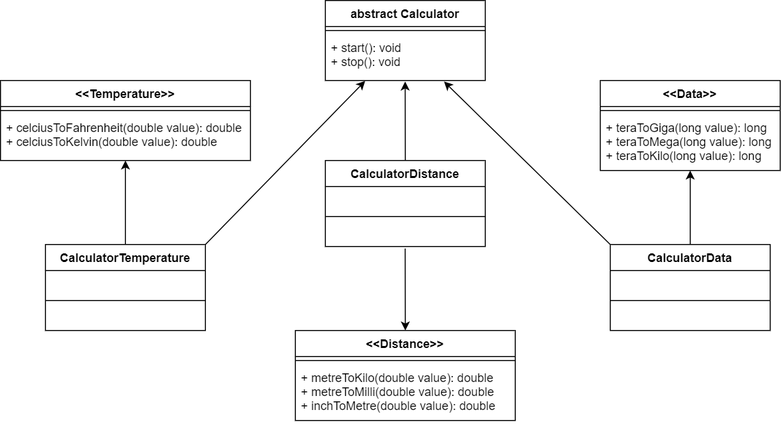
Earlier version of the draw.io export Soal/5/assets/Diagram.png (farhanr/lab-pbo). Source tidied: cells renumbered, new cells last; positions are measured from the earlier drawing's top-left corner, leaving out a move shared by most shapes.
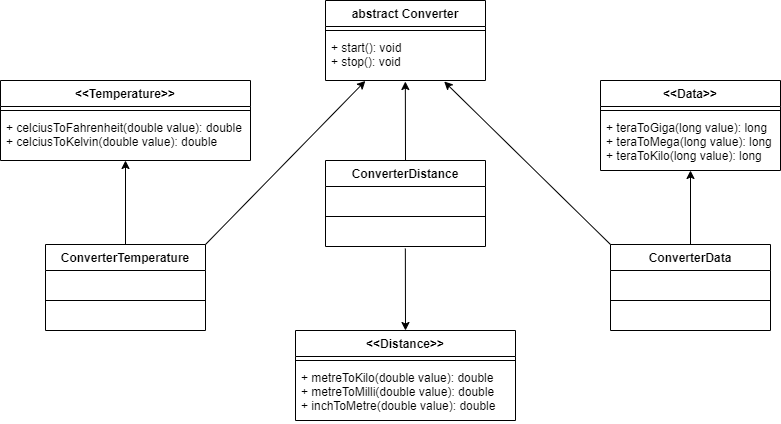
The same diagram one commit later.

The edit, as a diff of the source:
```diff
@@ -2,7 +2,7 @@
   <root>
     <mxCell id="0" />
     <mxCell id="1" parent="0" />
-    <mxCell id="2" value="abstract Calculator" style="swimlane;fontStyle=1;align=center;verticalAlign=top;horizontal=1;startSize=26;" parent="1" vertex="1">
+    <mxCell id="2" value="abstract Converter" style="swimlane;fontStyle=1;align=center;verticalAlign=top;horizontal=1;startSize=26;" parent="1" vertex="1">
       <mxGeometry x="325" width="160" height="80" as="geometry" />
     </mxCell>
     <mxCell id="3" style="line;strokeWidth=1;fillColor=none;align=left;verticalAlign=middle;spacingTop=-1;spacingLeft=3;spacingRight=3;labelPosition=right;" parent="2" vertex="1">
@@ -23,7 +23,7 @@
     <mxCell id="8" style="edgeStyle=orthogonalEdgeStyle;rounded=0;jettySize=auto;html=1;" parent="1" edge="1" source="9" target="5">
       <mxGeometry relative="1" as="geometry" />
     </mxCell>
-    <mxCell id="9" value="CalculatorTemperature" style="swimlane;fontStyle=1;align=center;verticalAlign=top;horizontal=1;startSize=26;" parent="1" vertex="1">
+    <mxCell id="9" value="ConverterTemperature" style="swimlane;fontStyle=1;align=center;verticalAlign=top;horizontal=1;startSize=26;" parent="1" vertex="1">
       <mxGeometry x="45" y="244" width="160" height="86" as="geometry" />
     </mxCell>
     <mxCell id="10" value=" " style="text;strokeColor=none;fillColor=none;align=left;verticalAlign=top;spacingLeft=4;spacingRight=4;overflow=hidden;" parent="9" vertex="1">
@@ -35,7 +35,7 @@
     <mxCell id="12" value=" " style="text;strokeColor=none;fillColor=none;align=left;verticalAlign=top;spacingLeft=4;spacingRight=4;overflow=hidden;" parent="9" vertex="1">
       <mxGeometry y="60" width="160" height="26" as="geometry" />
     </mxCell>
-    <mxCell id="13" value="CalculatorDistance" style="swimlane;fontStyle=1;align=center;verticalAlign=top;horizontal=1;startSize=26;" parent="1" vertex="1">
+    <mxCell id="13" value="ConverterDistance" style="swimlane;fontStyle=1;align=center;verticalAlign=top;horizontal=1;startSize=26;" parent="1" vertex="1">
       <mxGeometry x="325" y="160" width="160" height="86" as="geometry" />
     </mxCell>
     <mxCell id="14" value=" " style="text;strokeColor=none;fillColor=none;align=left;verticalAlign=top;spacingLeft=4;spacingRight=4;overflow=hidden;" parent="13" vertex="1">
@@ -50,7 +50,7 @@
     <mxCell id="17" style="edgeStyle=orthogonalEdgeStyle;rounded=0;jettySize=auto;html=1;" parent="1" edge="1" source="18" target="22">
       <mxGeometry relative="1" as="geometry" />
     </mxCell>
-    <mxCell id="18" value="CalculatorData" style="swimlane;fontStyle=1;align=center;verticalAlign=top;horizontal=1;startSize=26;" parent="1" vertex="1">
+    <mxCell id="18" value="ConverterData" style="swimlane;fontStyle=1;align=center;verticalAlign=top;horizontal=1;startSize=26;" parent="1" vertex="1">
       <mxGeometry x="610" y="244" width="160" height="86" as="geometry" />
     </mxCell>
     <mxCell id="19" value=" " style="text;strokeColor=none;fillColor=none;align=left;verticalAlign=top;spacingLeft=4;spacingRight=4;overflow=hidden;" parent="18" vertex="1">
```
